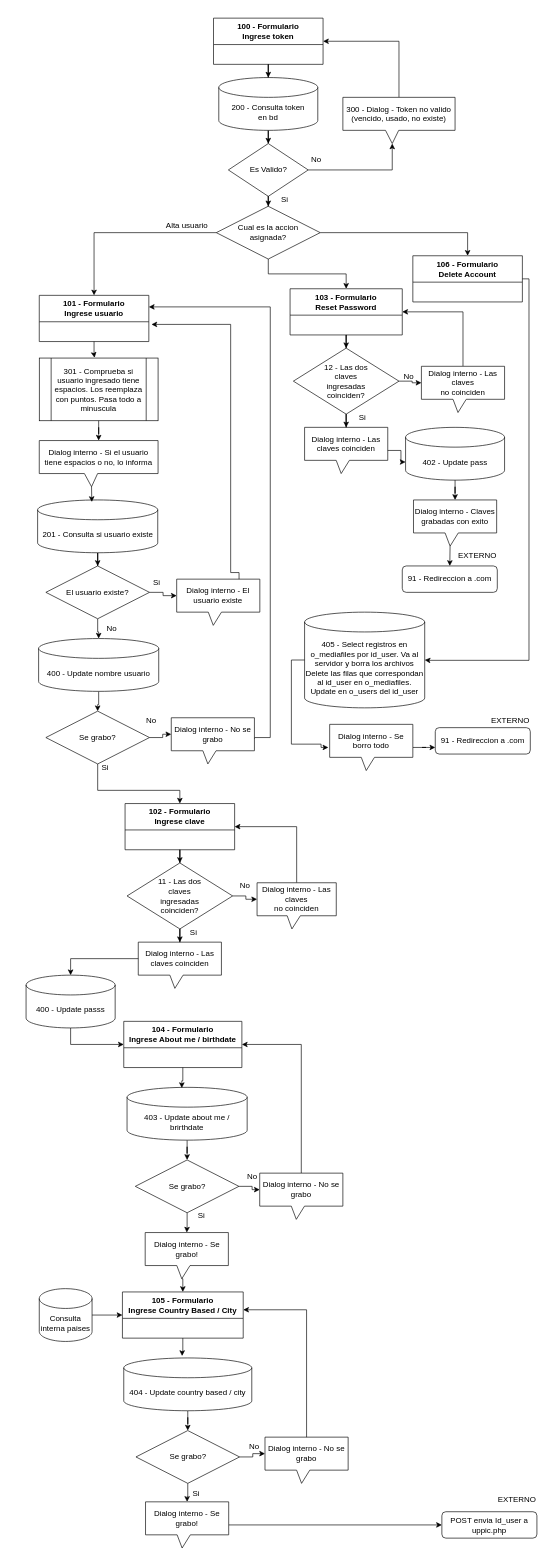
The draw.io diagram validaphp.drawio in MaxiFranz/TrayectoP, before the edit. Source tidied: cells renumbered, new cells numbered last; positions are measured from the earlier drawing's top-left corner, leaving out a move shared by most shapes. Both pictures are drawn from the tidied source at 66%, with x=0, y=0 at pixel (26, 18).
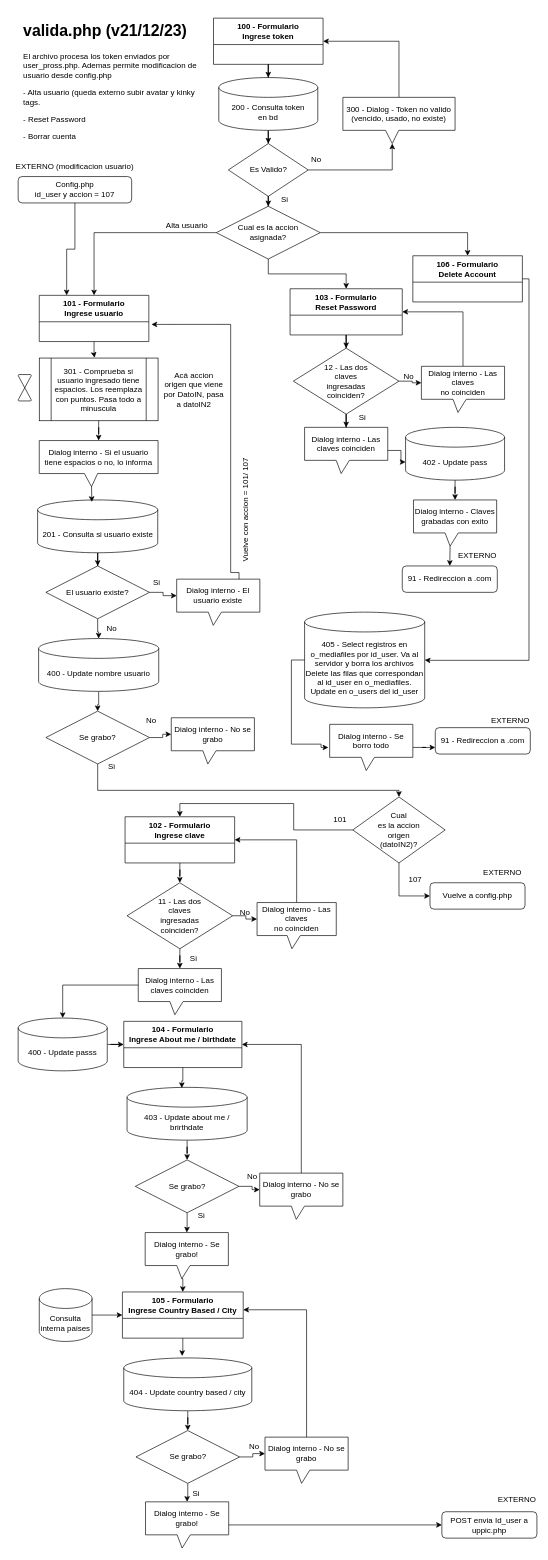
The same diagram, later.

Unchanged cells that the change refers to:
```xml
<mxCell id="16" value="101 - Formulario &lt;br&gt;Ingrese usuario" style="swimlane;whiteSpace=wrap;html=1;startSize=40;" parent="1" vertex="1">
  <mxGeometry x="20" y="420" width="166" height="70" as="geometry" />
</mxCell>
<mxCell id="52" value="Se grabo?" style="rhombus;whiteSpace=wrap;html=1;" parent="1" vertex="1">
  <mxGeometry x="30" y="1050" width="157" height="80" as="geometry" />
</mxCell>
<mxCell id="54" value="Dialog interno - No se grabo" style="shape=callout;whiteSpace=wrap;html=1;perimeter=calloutPerimeter;position2=0.44;size=20;position=0.38;" parent="1" vertex="1">
  <mxGeometry x="220" y="1060" width="126" height="70" as="geometry" />
</mxCell>
<mxCell id="71" value="104 - Formulario &lt;br&gt;Ingrese About me / birthdate" style="swimlane;whiteSpace=wrap;html=1;startSize=40;" parent="1" vertex="1">
  <mxGeometry x="148" y="1520" width="179" height="70" as="geometry" />
</mxCell>
```

What changed in the source:
```diff
@@
-    <mxCell id="51" style="edgeStyle=orthogonalEdgeStyle;rounded=0;jettySize=auto;html=1;entryX=0.5;entryY=0;entryDx=0;entryDy=0;" parent="1" edge="1" source="52" target="60">
-      <mxGeometry relative="1" as="geometry">
-        <Array as="points">
-          <mxPoint x="109" y="1170" />
-          <mxPoint x="233" y="1170" />
-        </Array>
-      </mxGeometry>
-    </mxCell>
+    <mxCell id="110" style="edgeStyle=orthogonalEdgeStyle;rounded=0;jettySize=auto;html=1;" parent="1" edge="1" source="52" target="116">
+      <mxGeometry relative="1" as="geometry">
+        <Array as="points">
+          <mxPoint x="109" y="1170" />
+          <mxPoint x="565" y="1170" />
+        </Array>
+      </mxGeometry>
+    </mxCell>
@@
-    <mxCell id="53" style="edgeStyle=orthogonalEdgeStyle;rounded=0;jettySize=auto;html=1;entryX=1;entryY=0.25;entryDx=0;entryDy=0;exitX=1;exitY=0.457;exitDx=0;exitDy=0;exitPerimeter=0;" parent="1" edge="1" source="54" target="16">
-      <mxGeometry relative="1" as="geometry">
-        <Array as="points">
-          <mxPoint x="346" y="1090" />
-          <mxPoint x="370" y="1090" />
-          <mxPoint x="370" y="438" />
-        </Array>
-      </mxGeometry>
-    </mxCell>
@@
     <mxCell id="58" value="Si" style="text;html=1;strokeColor=none;fillColor=none;align=center;verticalAlign=middle;whiteSpace=wrap;rounded=0;" parent="1" vertex="1">
-      <mxGeometry x="90" y="1120" width="60" height="30" as="geometry" />
+      <mxGeometry x="100" y="1119" width="60" height="30" as="geometry" />
     </mxCell>
@@
     <mxCell id="60" value="102 - Formulario &lt;br&gt;Ingrese clave" style="swimlane;whiteSpace=wrap;html=1;startSize=40;" parent="1" vertex="1">
-      <mxGeometry x="150" y="1190" width="166" height="70" as="geometry" />
+      <mxGeometry x="150" y="1210" width="166" height="70" as="geometry" />
     </mxCell>
     <mxCell id="61" value="11 - Las dos &lt;br&gt;claves&lt;br&gt;ingresadas&lt;br&gt;coinciden?" style="rhombus;whiteSpace=wrap;html=1;" parent="1" vertex="1">
-      <mxGeometry x="153" y="1280" width="160" height="100" as="geometry" />
+      <mxGeometry x="153" y="1310" width="160" height="100" as="geometry" />
     </mxCell>
@@
     <mxCell id="63" value="Dialog interno - Las claves&lt;br&gt;no coinciden" style="shape=callout;whiteSpace=wrap;html=1;perimeter=calloutPerimeter;position2=0.44;size=20;position=0.38;" parent="1" vertex="1">
-      <mxGeometry x="350" y="1310" width="120" height="70" as="geometry" />
+      <mxGeometry x="350" y="1340" width="120" height="70" as="geometry" />
     </mxCell>
@@
     <mxCell id="65" value="Dialog interno - Las claves coinciden" style="shape=callout;whiteSpace=wrap;html=1;perimeter=calloutPerimeter;position2=0.44;size=20;position=0.38;" parent="1" vertex="1">
-      <mxGeometry x="170" y="1400" width="126" height="70" as="geometry" />
+      <mxGeometry x="170" y="1440" width="126" height="70" as="geometry" />
     </mxCell>
@@
     <mxCell id="67" value="No" style="text;html=1;strokeColor=none;fillColor=none;align=center;verticalAlign=middle;whiteSpace=wrap;rounded=0;" parent="1" vertex="1">
-      <mxGeometry x="302" y="1300" width="60" height="30" as="geometry" />
+      <mxGeometry x="302" y="1340" width="60" height="30" as="geometry" />
     </mxCell>
     <mxCell id="68" value="Si" style="text;html=1;strokeColor=none;fillColor=none;align=center;verticalAlign=middle;whiteSpace=wrap;rounded=0;" parent="1" vertex="1">
-      <mxGeometry x="224" y="1370" width="60" height="30" as="geometry" />
+      <mxGeometry x="224" y="1410" width="60" height="30" as="geometry" />
     </mxCell>
-    <mxCell id="69" style="edgeStyle=orthogonalEdgeStyle;rounded=0;jettySize=auto;html=1;entryX=0;entryY=0.5;entryDx=0;entryDy=0;exitX=0.5;exitY=1;exitDx=0;exitDy=0;exitPerimeter=0;" parent="1" edge="1" source="70" target="71">
+    <mxCell id="69" style="edgeStyle=orthogonalEdgeStyle;rounded=0;jettySize=auto;html=1;" parent="1" edge="1" source="70" target="71">
       <mxGeometry relative="1" as="geometry" />
     </mxCell>
     <mxCell id="70" value="400 - Update passs" style="shape=cylinder3;whiteSpace=wrap;html=1;boundedLbl=1;backgroundOutline=1;size=15;" parent="1" vertex="1">
-      <mxGeometry y="1450" width="135" height="80" as="geometry" />
+      <mxGeometry x="-12" y="1515" width="135" height="80" as="geometry" />
     </mxCell>
@@
+    <mxCell id="111" style="edgeStyle=orthogonalEdgeStyle;rounded=0;jettySize=auto;html=1;entryX=0.25;entryY=0;entryDx=0;entryDy=0;" parent="1" edge="1" source="112" target="16">
+      <mxGeometry relative="1" as="geometry" />
+    </mxCell>
+    <mxCell id="112" value="Config.php&lt;br&gt;id_user y accion = 107" style="rounded=1;whiteSpace=wrap;html=1;" parent="1" vertex="1">
+      <mxGeometry x="-12" y="240" width="172" height="40" as="geometry" />
+    </mxCell>
+    <mxCell id="113" value="EXTERNO (modificacion usuario)" style="text;html=1;strokeColor=none;fillColor=none;align=center;verticalAlign=middle;whiteSpace=wrap;rounded=0;" parent="1" vertex="1">
+      <mxGeometry x="-22" y="210" width="192" height="30" as="geometry" />
+    </mxCell>
+    <mxCell id="114" style="edgeStyle=orthogonalEdgeStyle;rounded=0;jettySize=auto;html=1;entryX=0.5;entryY=0;entryDx=0;entryDy=0;" parent="1" edge="1" source="116" target="60">
+      <mxGeometry relative="1" as="geometry" />
+    </mxCell>
+    <mxCell id="115" style="edgeStyle=orthogonalEdgeStyle;rounded=0;jettySize=auto;html=1;entryX=0;entryY=0.5;entryDx=0;entryDy=0;" parent="1" edge="1" source="116" target="119">
+      <mxGeometry relative="1" as="geometry" />
+    </mxCell>
+    <mxCell id="116" value="Cual &lt;br&gt;es la accion &lt;br&gt;origen &lt;br&gt;(datoIN2)?" style="rhombus;whiteSpace=wrap;html=1;" parent="1" vertex="1">
+      <mxGeometry x="495" y="1180" width="140" height="100" as="geometry" />
+    </mxCell>
+    <mxCell id="117" value="101" style="text;html=1;strokeColor=none;fillColor=none;align=center;verticalAlign=middle;whiteSpace=wrap;rounded=0;" parent="1" vertex="1">
+      <mxGeometry x="445.8" y="1200" width="60" height="30" as="geometry" />
+    </mxCell>
+    <mxCell id="118" value="107" style="text;html=1;strokeColor=none;fillColor=none;align=center;verticalAlign=middle;whiteSpace=wrap;rounded=0;" parent="1" vertex="1">
+      <mxGeometry x="560" y="1290" width="60" height="30" as="geometry" />
+    </mxCell>
+    <mxCell id="119" value="Vuelve a config.php" style="rounded=1;whiteSpace=wrap;html=1;" parent="1" vertex="1">
+      <mxGeometry x="612" y="1310" width="144" height="40" as="geometry" />
+    </mxCell>
+    <mxCell id="120" value="EXTERNO" style="text;html=1;strokeColor=none;fillColor=none;align=center;verticalAlign=middle;whiteSpace=wrap;rounded=0;" parent="1" vertex="1">
+      <mxGeometry x="692" y="1280" width="60" height="30" as="geometry" />
+    </mxCell>
+    <mxCell id="121" value="Vuelve con accion = 101/ 107" style="text;html=1;strokeColor=none;fillColor=none;align=center;verticalAlign=middle;whiteSpace=wrap;rounded=0;rotation=-90;" parent="1" vertex="1">
+      <mxGeometry x="238" y="730" width="188" height="30" as="geometry" />
+    </mxCell>
+    <mxCell id="122" value="Acá accion origen que viene por DatoIN, pasa a datoIN2" style="text;html=1;strokeColor=none;fillColor=none;align=center;verticalAlign=middle;whiteSpace=wrap;rounded=0;" parent="1" vertex="1">
+      <mxGeometry x="207.8" y="510" width="92.5" height="105" as="geometry" />
+    </mxCell>
+    <mxCell id="123" style="verticalLabelPosition=bottom;verticalAlign=top;html=1;shape=mxgraph.flowchart.collate;" parent="1" vertex="1">
+      <mxGeometry x="-12" y="540" width="20" height="40" as="geometry" />
+    </mxCell>
+    <mxCell id="124" value="&lt;h1&gt;valida.php (v21/12/23)&lt;/h1&gt;&lt;p&gt;El archivo procesa los token enviados por user_pross.php. Ademas permite modificacion de usuario desde config.php&lt;/p&gt;&lt;p&gt;- Alta usuario (queda externo subir avatar y kinky tags.&lt;/p&gt;&lt;p&gt;- Reset Password&lt;/p&gt;&lt;p&gt;- Borrar cuenta&lt;/p&gt;" style="text;html=1;strokeColor=none;fillColor=none;spacing=5;spacingTop=-20;whiteSpace=wrap;overflow=hidden;rounded=0;" parent="1" vertex="1">
+      <mxGeometry x="-9.5" width="279.5" height="200" as="geometry" />
+    </mxCell>
```
